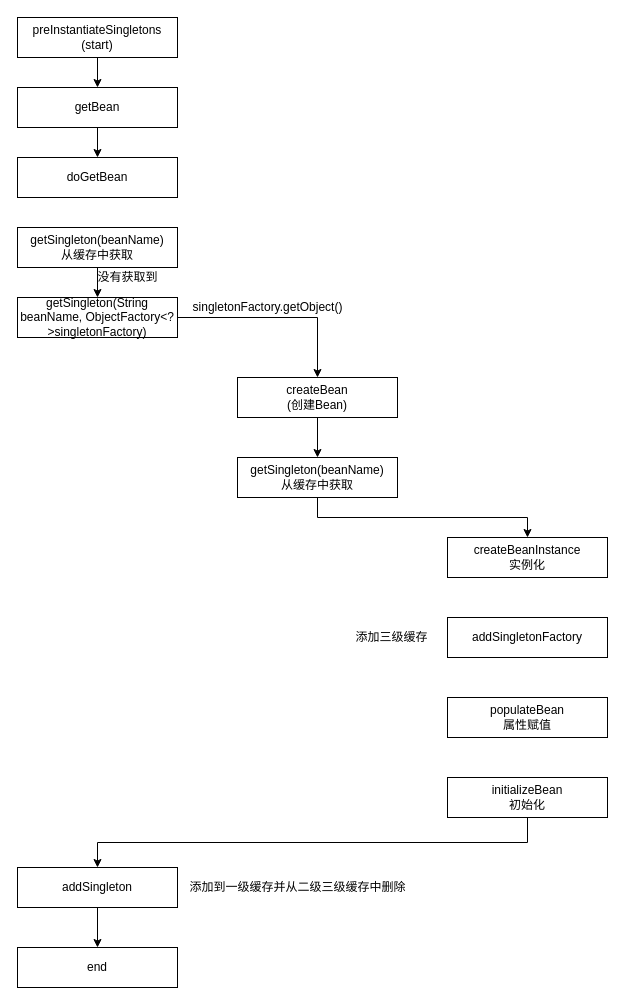
Earlier version of the draw.io diagram pics/bean创建过程.drawio (BlueSodaWater/myDocuments). Source tidied: cells renumbered, new cells numbered last; positions are measured from the earlier drawing's top-left corner, leaving out a move shared by most shapes. Both pictures are drawn from the tidied source at 100%, with x=0, y=0 at pixel (17, 17).
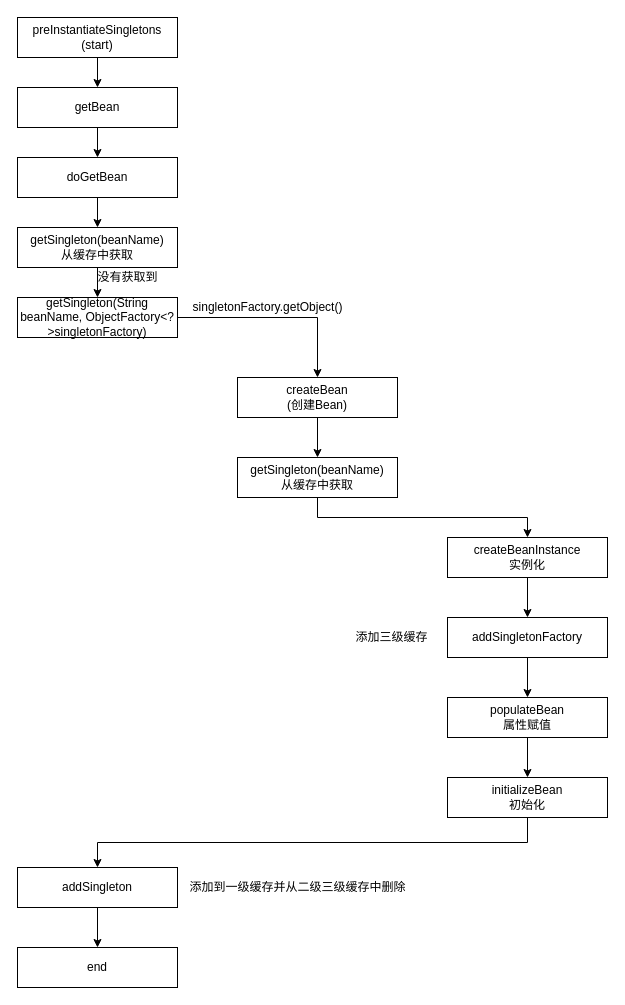
After the change.

Unchanged cells that the change refers to:
```xml
<mxCell id="6" value="doGetBean" style="rounded=0;whiteSpace=wrap;html=1;" parent="1" vertex="1">
  <mxGeometry y="140" width="160" height="40" as="geometry" />
</mxCell>
<mxCell id="8" value="getSingleton(beanName)&lt;br&gt;从缓存中获取" style="rounded=0;whiteSpace=wrap;html=1;" parent="1" vertex="1">
  <mxGeometry y="210" width="160" height="40" as="geometry" />
</mxCell>
<mxCell id="16" value="createBeanInstance&lt;br&gt;实例化" style="rounded=0;whiteSpace=wrap;html=1;" parent="1" vertex="1">
  <mxGeometry x="430" y="520" width="160" height="40" as="geometry" />
</mxCell>
<mxCell id="17" value="addSingletonFactory" style="rounded=0;whiteSpace=wrap;html=1;" parent="1" vertex="1">
  <mxGeometry x="430" y="600" width="160" height="40" as="geometry" />
</mxCell>
<mxCell id="18" value="populateBean&lt;br&gt;属性赋值" style="rounded=0;whiteSpace=wrap;html=1;" parent="1" vertex="1">
  <mxGeometry x="430" y="680" width="160" height="40" as="geometry" />
</mxCell>
<mxCell id="20" value="initializeBean&lt;br&gt;初始化" style="rounded=0;whiteSpace=wrap;html=1;" parent="1" vertex="1">
  <mxGeometry x="430" y="760" width="160" height="40" as="geometry" />
</mxCell>
```

Diff of the diagram source:
```diff
@@
+    <mxCell id="27" style="edgeStyle=orthogonalEdgeStyle;rounded=0;jettySize=auto;html=1;exitX=0.5;exitY=1;exitDx=0;exitDy=0;entryX=0.5;entryY=0;entryDx=0;entryDy=0;" parent="1" edge="1" source="6" target="8">
+      <mxGeometry relative="1" as="geometry" />
+    </mxCell>
@@
+    <mxCell id="28" style="edgeStyle=orthogonalEdgeStyle;rounded=0;jettySize=auto;html=1;exitX=0.5;exitY=1;exitDx=0;exitDy=0;entryX=0.5;entryY=0;entryDx=0;entryDy=0;" parent="1" edge="1" source="16" target="17">
+      <mxGeometry relative="1" as="geometry" />
+    </mxCell>
@@
+    <mxCell id="29" style="edgeStyle=orthogonalEdgeStyle;rounded=0;jettySize=auto;html=1;exitX=0.5;exitY=1;exitDx=0;exitDy=0;entryX=0.5;entryY=0;entryDx=0;entryDy=0;" parent="1" edge="1" source="17" target="18">
+      <mxGeometry relative="1" as="geometry" />
+    </mxCell>
@@
+    <mxCell id="30" style="edgeStyle=orthogonalEdgeStyle;rounded=0;jettySize=auto;html=1;exitX=0.5;exitY=1;exitDx=0;exitDy=0;entryX=0.5;entryY=0;entryDx=0;entryDy=0;" parent="1" edge="1" source="18" target="20">
+      <mxGeometry relative="1" as="geometry" />
+    </mxCell>
```
